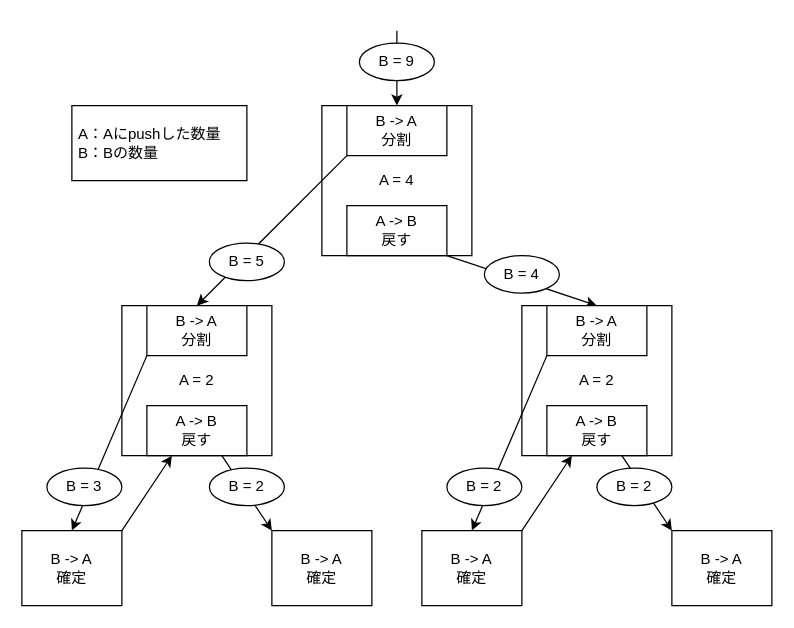
Before: page "b->a再帰" (9 of 9) of images/qsort/qsort.dio in welove-t/42Tokyo-push_swap, a draw.io diagram. Source tidied: cells renumbered, new cells numbered last; positions are measured from the earlier drawing's top-left corner, leaving out a move shared by most shapes. Both pictures are drawn from the tidied source at 125%, with x=0, y=0 at pixel (21, 30).
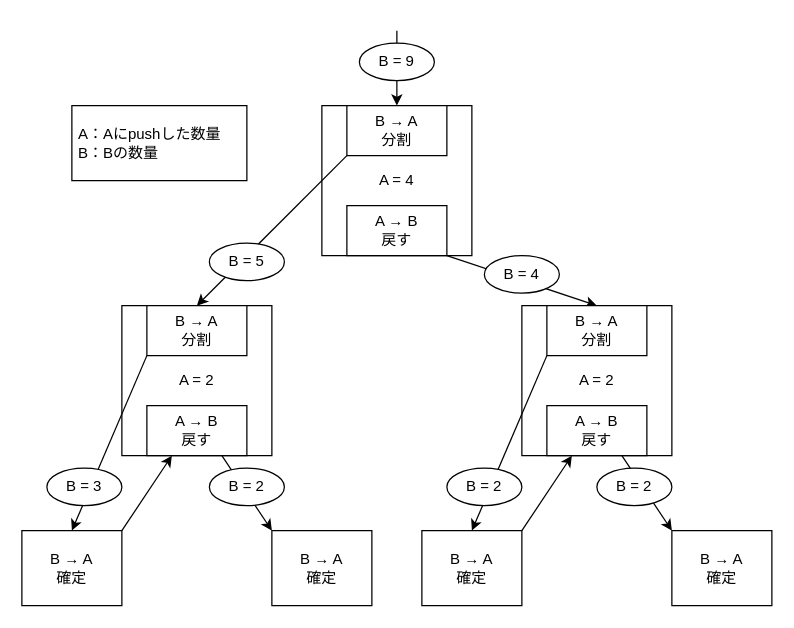
Above is the later version.

Diff of the diagram source:
```diff
@@
-    <mxCell id="4" value="B -&amp;gt; A&lt;br&gt;分割" style="rounded=0;whiteSpace=wrap;html=1;" parent="1" vertex="1">
+    <mxCell id="4" value="B → A&lt;br&gt;分割" style="rounded=0;whiteSpace=wrap;html=1;" parent="1" vertex="1">
       <mxGeometry x="260" y="60" width="80" height="40" as="geometry" />
     </mxCell>
@@
-    <mxCell id="6" value="A -&amp;gt; B&lt;br&gt;戻す" style="rounded=0;whiteSpace=wrap;html=1;" parent="1" vertex="1">
+    <mxCell id="6" value="A → B&lt;br&gt;戻す" style="rounded=0;whiteSpace=wrap;html=1;" parent="1" vertex="1">
       <mxGeometry x="260" y="140" width="80" height="40" as="geometry" />
     </mxCell>
@@
-    <mxCell id="9" value="B -&amp;gt; A&lt;br&gt;分割" style="rounded=0;whiteSpace=wrap;html=1;" parent="1" vertex="1">
+    <mxCell id="9" value="B → A&lt;br&gt;分割" style="rounded=0;whiteSpace=wrap;html=1;" parent="1" vertex="1">
       <mxGeometry x="100" y="220" width="80" height="40" as="geometry" />
     </mxCell>
@@
-    <mxCell id="11" value="A -&amp;gt; B&lt;br&gt;戻す" style="rounded=0;whiteSpace=wrap;html=1;" parent="1" vertex="1">
+    <mxCell id="11" value="A → B&lt;br&gt;戻す" style="rounded=0;whiteSpace=wrap;html=1;" parent="1" vertex="1">
       <mxGeometry x="100" y="300" width="80" height="40" as="geometry" />
     </mxCell>
@@
-    <mxCell id="14" value="B -&amp;gt; A&lt;br&gt;分割" style="rounded=0;whiteSpace=wrap;html=1;" parent="1" vertex="1">
+    <mxCell id="14" value="B → A&lt;br&gt;分割" style="rounded=0;whiteSpace=wrap;html=1;" parent="1" vertex="1">
       <mxGeometry x="420" y="220" width="80" height="40" as="geometry" />
     </mxCell>
@@
-    <mxCell id="16" value="A -&amp;gt; B&lt;br&gt;戻す" style="rounded=0;whiteSpace=wrap;html=1;" parent="1" vertex="1">
+    <mxCell id="16" value="A → B&lt;br&gt;戻す" style="rounded=0;whiteSpace=wrap;html=1;" parent="1" vertex="1">
       <mxGeometry x="420" y="300" width="80" height="40" as="geometry" />
     </mxCell>
@@
-    <mxCell id="18" value="B -&amp;gt; A&lt;br&gt;確定" style="rounded=0;whiteSpace=wrap;html=1;" parent="1" vertex="1">
+    <mxCell id="18" value="B → A&lt;br&gt;確定" style="rounded=0;whiteSpace=wrap;html=1;" parent="1" vertex="1">
       <mxGeometry y="400" width="80" height="60" as="geometry" />
     </mxCell>
-    <mxCell id="19" value="B -&amp;gt; A&lt;br&gt;確定" style="rounded=0;whiteSpace=wrap;html=1;" parent="1" vertex="1">
+    <mxCell id="19" value="B → A&lt;br&gt;確定" style="rounded=0;whiteSpace=wrap;html=1;" parent="1" vertex="1">
       <mxGeometry x="200" y="400" width="80" height="60" as="geometry" />
     </mxCell>
@@
-    <mxCell id="21" value="B -&amp;gt; A&lt;br&gt;確定" style="rounded=0;whiteSpace=wrap;html=1;" parent="1" vertex="1">
+    <mxCell id="21" value="B → A&lt;br&gt;確定" style="rounded=0;whiteSpace=wrap;html=1;" parent="1" vertex="1">
       <mxGeometry x="320" y="400" width="80" height="60" as="geometry" />
     </mxCell>
-    <mxCell id="22" value="B -&amp;gt; A&lt;br&gt;確定" style="rounded=0;whiteSpace=wrap;html=1;" parent="1" vertex="1">
+    <mxCell id="22" value="B → A&lt;br&gt;確定" style="rounded=0;whiteSpace=wrap;html=1;" parent="1" vertex="1">
       <mxGeometry x="520" y="400" width="80" height="60" as="geometry" />
     </mxCell>
```
